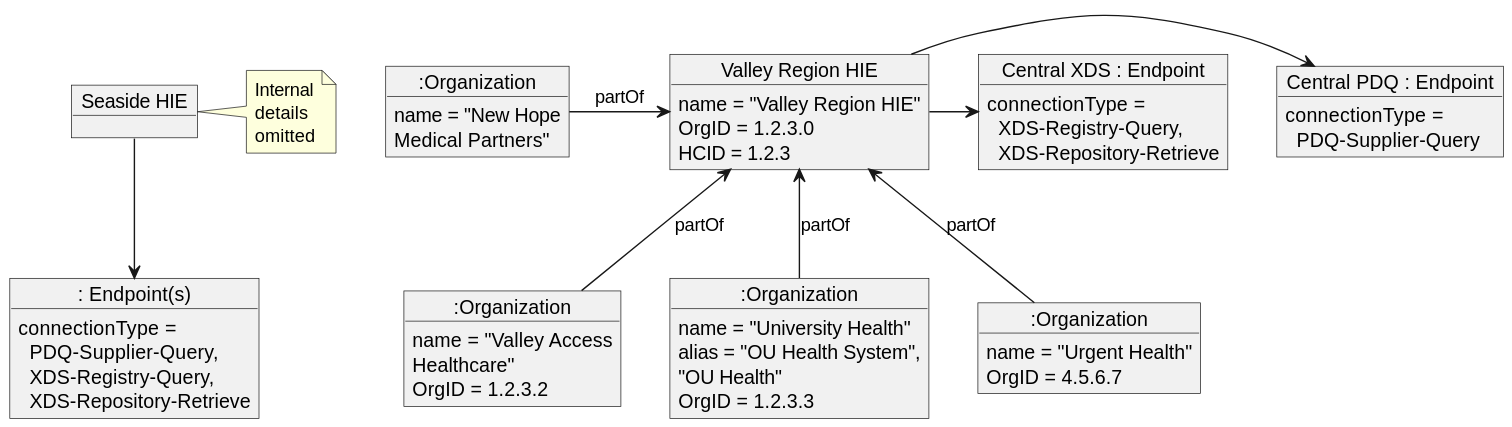
Earlier version of the PlantUML export images/access-intra-central-partOf.svg (IHE/ITI.Topologies). Source of this version:
```plantuml
@startuml
hide footbox
allowmixing

object ":Organization" as Partners
Partners : name = "New Hope\nMedical Partners"

object "Seaside HIE" as hie2
object ": Endpoint(s)" as sEndpoints
sEndpoints : connectionType = \n  PDQ-Supplier-Query,\n  XDS-Registry-Query,\n  XDS-Repository-Retrieve
hie2 --> sEndpoints
note right of hie2 : Internal\ndetails\nomitted

object "Valley Region HIE" as hie
hie : name = "Valley Region HIE"
hie : OrgID = 1.2.3.0
hie : HCID = 1.2.3

object ":Organization" as Valley
Valley : name = "Valley Access\nHealthcare"
Valley : OrgID = 1.2.3.2

object ":Organization" as OU
OU : name = "University Health"
OU : alias = "OU Health System",\n"OU Health"
OU : OrgID = 1.2.3.3

object ":Organization" as Urgent
Urgent : name = "Urgent Health"
Urgent : OrgID = 4.5.6.7

object "Central PDQ : Endpoint" as vEndpoints
vEndpoints : connectionType = \n  PDQ-Supplier-Query

object "Central XDS : Endpoint" as ouEndpoints
ouEndpoints : connectionType = \n  XDS-Registry-Query,\n  XDS-Repository-Retrieve

hie <-- Valley : partOf
hie <-- OU : partOf
hie <-- Urgent : partOf
Partners -> hie : partOf

hie -> vEndpoints
hie -> ouEndpoints

@enduml
```
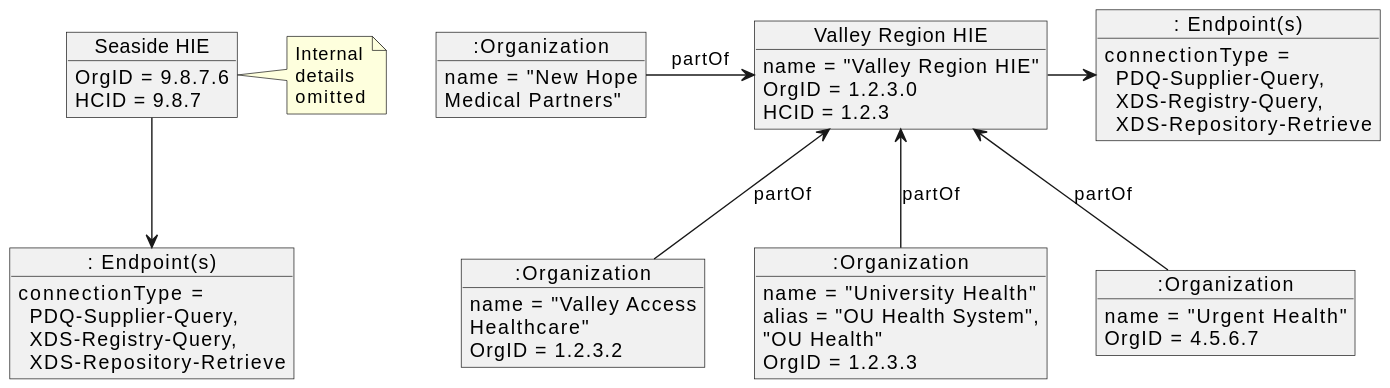
After the commit.

Commit message:
Added HCID to Seaside

What changed in the source:
```diff
@@ -6,6 +6,8 @@
 Partners : name = "New Hope\nMedical Partners"
 
 object "Seaside HIE" as hie2
+hie2 : OrgID = 9.8.7.6
+hie2 : HCID = 9.8.7
 object ": Endpoint(s)" as sEndpoints
 sEndpoints : connectionType = \n  PDQ-Supplier-Query,\n  XDS-Registry-Query,\n  XDS-Repository-Retrieve
 hie2 --> sEndpoints
@@ -29,18 +31,12 @@
 Urgent : name = "Urgent Health"
 Urgent : OrgID = 4.5.6.7
 
-object "Central PDQ : Endpoint" as vEndpoints
-vEndpoints : connectionType = \n  PDQ-Supplier-Query
-
-object "Central XDS : Endpoint" as ouEndpoints
-ouEndpoints : connectionType = \n  XDS-Registry-Query,\n  XDS-Repository-Retrieve
+object ": Endpoint(s)" as vEndpoints
+vEndpoints : connectionType = \n  PDQ-Supplier-Query,\n  XDS-Registry-Query,\n  XDS-Repository-Retrieve
+hie -> vEndpoints
 
 hie <-- Valley : partOf
 hie <-- OU : partOf
 hie <-- Urgent : partOf
 Partners -> hie : partOf
-
-hie -> vEndpoints
-hie -> ouEndpoints
-
 @enduml
```
